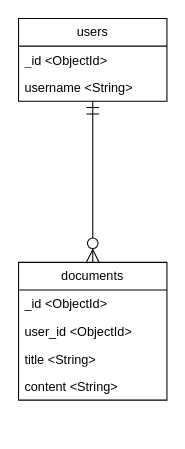
Above: docs/database_Schema.drawio in MortnMLE/Red (draw.io), before the change. Source tidied: cells renumbered, new cells numbered last; positions are measured from the earlier drawing's top-left corner, leaving out a move shared by most shapes. Both pictures are drawn from the tidied source at 106%, with x=0, y=0 at pixel (18, 18).
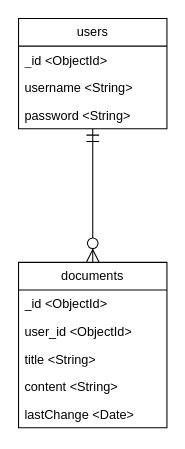
Above is the later version.

What changed in the source:
```diff
@@
 <mxGraphModel>
   <root>
     <mxCell id="0" />
     <mxCell id="1" parent="0" />
     <mxCell id="2" value="users" style="swimlane;fontStyle=0;horizontal=1;startSize=26;fillColor=none;whiteSpace=wrap;html=1;" parent="1" vertex="1">
-      <mxGeometry width="140" height="78" as="geometry" />
+      <mxGeometry width="140" height="104" as="geometry" />
     </mxCell>
     <mxCell id="3" value="_id &amp;lt;ObjectId&amp;gt;" style="text;strokeColor=none;fillColor=none;align=left;verticalAlign=top;spacingLeft=4;spacingRight=4;overflow=hidden;whiteSpace=wrap;html=1;" parent="2" vertex="1">
       <mxGeometry y="26" width="140" height="26" as="geometry" />
     </mxCell>
     <mxCell id="4" value="username &amp;lt;String&amp;gt;" style="text;strokeColor=none;fillColor=none;align=left;verticalAlign=top;spacingLeft=4;spacingRight=4;overflow=hidden;whiteSpace=wrap;html=1;" parent="2" vertex="1">
       <mxGeometry y="52" width="140" height="26" as="geometry" />
     </mxCell>
+    <mxCell id="11" value="password &amp;lt;String&amp;gt;" style="text;strokeColor=none;fillColor=none;align=left;verticalAlign=top;spacingLeft=4;spacingRight=4;overflow=hidden;whiteSpace=wrap;html=1;" parent="2" vertex="1">
+      <mxGeometry y="78" width="140" height="26" as="geometry" />
+    </mxCell>
     <mxCell id="5" value="documents" style="swimlane;fontStyle=0;horizontal=1;startSize=26;fillColor=none;whiteSpace=wrap;html=1;" parent="1" vertex="1">
-      <mxGeometry y="230" width="140" height="130" as="geometry" />
+      <mxGeometry y="230" width="140" height="156" as="geometry" />
     </mxCell>
     <mxCell id="6" value="_id &amp;lt;ObjectId&amp;gt;" style="text;strokeColor=none;fillColor=none;align=left;verticalAlign=top;spacingLeft=4;spacingRight=4;overflow=hidden;whiteSpace=wrap;html=1;" parent="5" vertex="1">
       <mxGeometry y="26" width="140" height="26" as="geometry" />
     </mxCell>
     <mxCell id="7" value="user_id &amp;lt;ObjectId&amp;gt;" style="text;strokeColor=none;fillColor=none;align=left;verticalAlign=top;spacingLeft=4;spacingRight=4;overflow=hidden;whiteSpace=wrap;html=1;" parent="5" vertex="1">
       <mxGeometry y="52" width="140" height="26" as="geometry" />
     </mxCell>
     <mxCell id="8" value="title &amp;lt;String&amp;gt;" style="text;strokeColor=none;fillColor=none;align=left;verticalAlign=top;spacingLeft=4;spacingRight=4;overflow=hidden;whiteSpace=wrap;html=1;" parent="5" vertex="1">
       <mxGeometry y="78" width="140" height="26" as="geometry" />
     </mxCell>
     <mxCell id="9" value="content &amp;lt;String&amp;gt;" style="text;strokeColor=none;fillColor=none;align=left;verticalAlign=top;spacingLeft=4;spacingRight=4;overflow=hidden;whiteSpace=wrap;html=1;" parent="5" vertex="1">
       <mxGeometry y="104" width="140" height="26" as="geometry" />
     </mxCell>
+    <mxCell id="12" value="lastChange &amp;lt;Date&amp;gt;" style="text;strokeColor=none;fillColor=none;align=left;verticalAlign=top;spacingLeft=4;spacingRight=4;overflow=hidden;whiteSpace=wrap;html=1;" parent="5" vertex="1">
+      <mxGeometry y="130" width="140" height="26" as="geometry" />
+    </mxCell>
     <mxCell id="10" style="edgeStyle=orthogonalEdgeStyle;fontSize=12;html=1;endArrow=ERzeroToMany;startArrow=ERmandOne;rounded=0;strokeWidth=1;endSize=10;startSize=10;" parent="1" edge="1" source="2" target="5">
       <mxGeometry relative="1" as="geometry" />
     </mxCell>
   </root>
 </mxGraphModel>
```
